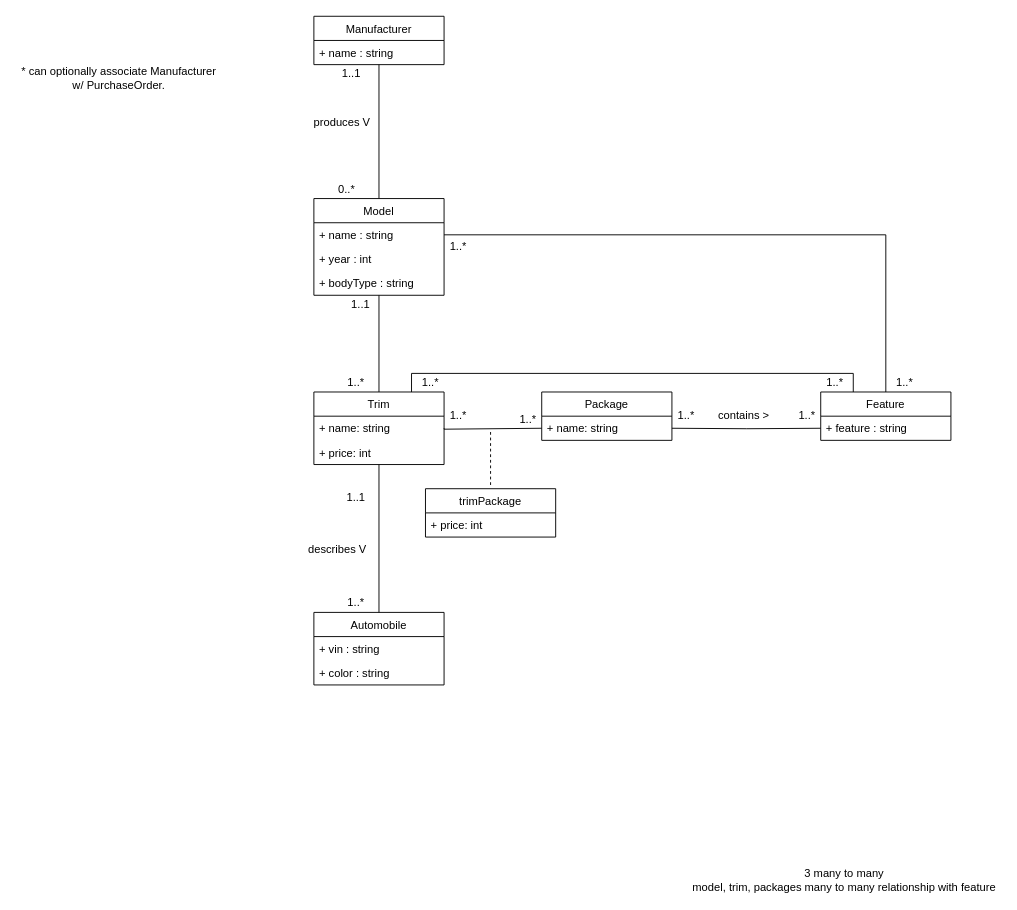
Above: page "UML" (1 of 2) of Project 2.drawio in AnthraciteData/CECS-323- (draw.io), before the change. Source tidied: cells renumbered, new cells numbered last; positions are measured from the earlier drawing's top-left corner, leaving out a move shared by most shapes. Both pictures are drawn from the tidied source at 93%, with x=0, y=0 at pixel (16, 16).
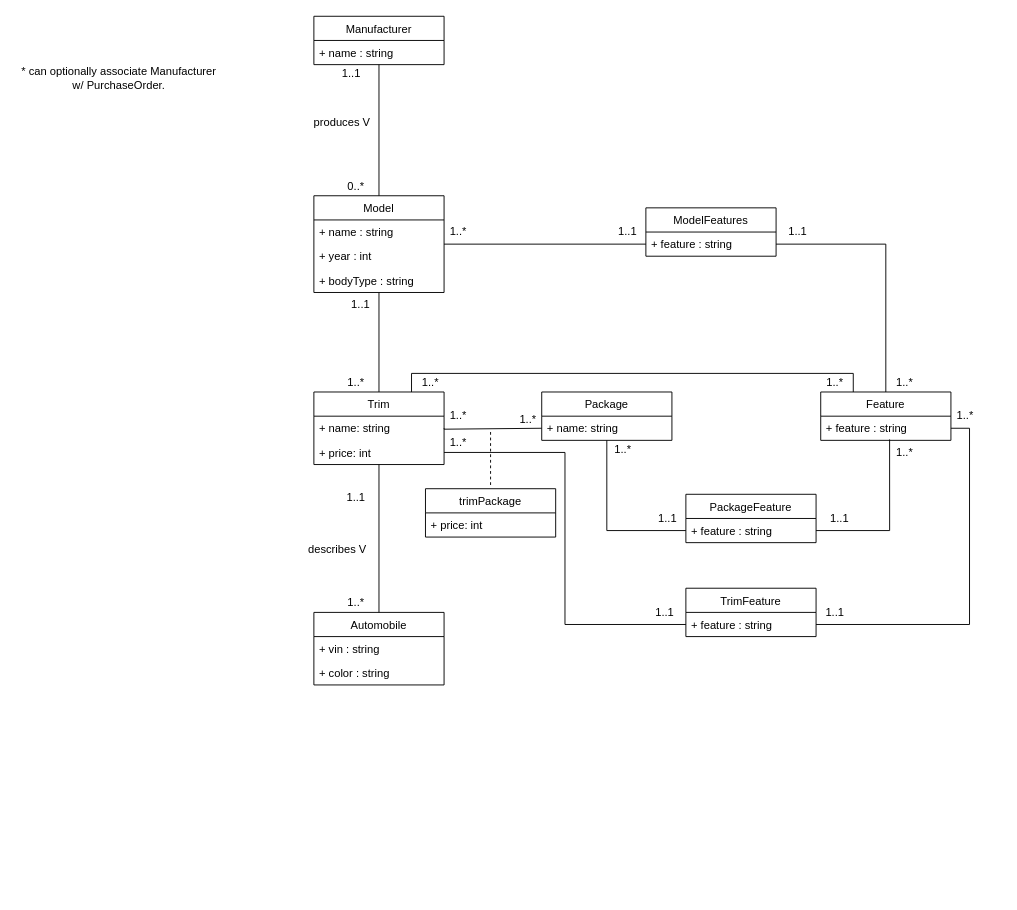
After the change.

The change refers to these unchanged cells:
```xml
<mxCell id="12" value="+ name : string" style="text;strokeColor=none;fillColor=none;align=left;verticalAlign=top;spacingLeft=4;spacingRight=4;overflow=hidden;points=[[0,0.5],[1,0.5]];portConstraint=eastwest;" parent="11" vertex="1">
  <mxGeometry y="26" width="140" height="26" as="geometry" />
</mxCell>
<mxCell id="22" value="+ price: int" style="text;strokeColor=none;fillColor=none;align=left;verticalAlign=top;spacingLeft=4;spacingRight=4;overflow=hidden;points=[[0,0.5],[1,0.5]];portConstraint=eastwest;" parent="20" vertex="1">
  <mxGeometry y="52" width="140" height="26" as="geometry" />
</mxCell>
<mxCell id="23" value="Feature" style="swimlane;fontStyle=0;horizontal=1;startSize=26;fillColor=none;" parent="1" vertex="1">
  <mxGeometry x="865" y="404" width="140" height="52" as="geometry" />
</mxCell>
<mxCell id="24" value="+ feature : string" style="text;strokeColor=none;fillColor=none;align=left;verticalAlign=top;spacingLeft=4;spacingRight=4;overflow=hidden;points=[[0,0.5],[1,0.5]];portConstraint=eastwest;" parent="23" vertex="1">
  <mxGeometry y="26" width="140" height="26" as="geometry" />
</mxCell>
<mxCell id="25" value="Package" style="swimlane;fontStyle=0;horizontal=1;startSize=26;fillColor=none;" parent="1" vertex="1">
  <mxGeometry x="565" y="404" width="140" height="52" as="geometry" />
</mxCell>
```

What changed in the source:
```diff
@@
     <mxCell id="9" value="0..*" style="text;html=1;align=center;verticalAlign=middle;strokeColor=none;fillColor=none;" parent="1" vertex="1">
-      <mxGeometry x="340" y="176" width="30" height="20" as="geometry" />
+      <mxGeometry x="350" y="173" width="30" height="20" as="geometry" />
     </mxCell>
@@
+    <mxCell id="47" style="edgeStyle=orthogonalEdgeStyle;rounded=0;jettySize=auto;html=1;endArrow=none;endFill=0;" parent="1" edge="1" source="11" target="50">
+      <mxGeometry relative="1" as="geometry" />
+    </mxCell>
     <mxCell id="11" value="Model" style="swimlane;fontStyle=0;horizontal=1;startSize=26;fillColor=none;" parent="1" vertex="1">
-      <mxGeometry x="320" y="196" width="140" height="104" as="geometry" />
+      <mxGeometry x="320" y="193" width="140" height="104" as="geometry" />
     </mxCell>
@@
+    <mxCell id="48" style="edgeStyle=orthogonalEdgeStyle;rounded=0;jettySize=auto;html=1;endArrow=none;endFill=0;" parent="1" edge="1" source="25" target="52">
+      <mxGeometry relative="1" as="geometry" />
+    </mxCell>
@@
-    <mxCell id="31" value="1..*" style="text;html=1;align=center;verticalAlign=middle;strokeColor=none;fillColor=none;" parent="1" vertex="1">
-      <mxGeometry x="705" y="420" width="30" height="20" as="geometry" />
-    </mxCell>
-    <mxCell id="32" value="contains &amp;gt;" style="text;html=1;align=center;verticalAlign=middle;strokeColor=none;fillColor=none;" parent="1" vertex="1">
-      <mxGeometry x="747" y="420" width="70" height="20" as="geometry" />
-    </mxCell>
-    <mxCell id="33" value="3 many to many&lt;br&gt;model, trim, packages many to many relationship with feature" style="text;html=1;align=center;verticalAlign=middle;strokeColor=none;fillColor=none;" parent="1" vertex="1">
-      <mxGeometry x="720" y="914" width="340" height="30" as="geometry" />
-    </mxCell>
-    <mxCell id="34" style="edgeStyle=orthogonalEdgeStyle;rounded=0;jettySize=auto;html=1;entryX=0.5;entryY=0;entryDx=0;entryDy=0;endArrow=none;endFill=0;" parent="1" edge="1" source="12" target="23">
-      <mxGeometry relative="1" as="geometry" />
-    </mxCell>
@@
-    <mxCell id="37" value="1..*" style="text;html=1;align=center;verticalAlign=middle;strokeColor=none;fillColor=none;" parent="1" vertex="1">
-      <mxGeometry x="460" y="238" width="30" height="20" as="geometry" />
-    </mxCell>
-    <mxCell id="38" value="1..*" style="text;html=1;align=center;verticalAlign=middle;strokeColor=none;fillColor=none;" parent="1" vertex="1">
-      <mxGeometry x="835" y="420" width="30" height="20" as="geometry" />
-    </mxCell>
@@
-    <mxCell id="42" style="edgeStyle=orthogonalEdgeStyle;rounded=0;jettySize=auto;html=1;exitX=1;exitY=0.5;exitDx=0;exitDy=0;entryX=0;entryY=0.5;entryDx=0;entryDy=0;endArrow=none;endFill=0;" parent="1" edge="1" target="24">
-      <mxGeometry relative="1" as="geometry">
-        <mxPoint x="705" y="443" as="sourcePoint" />
-      </mxGeometry>
-    </mxCell>
@@
+    <mxCell id="49" value="ModelFeatures" style="swimlane;fontStyle=0;horizontal=1;startSize=26;fillColor=none;" parent="1" vertex="1">
+      <mxGeometry x="677" y="206" width="140" height="52" as="geometry" />
+    </mxCell>
+    <mxCell id="50" value="+ feature : string" style="text;strokeColor=none;fillColor=none;align=left;verticalAlign=top;spacingLeft=4;spacingRight=4;overflow=hidden;points=[[0,0.5],[1,0.5]];portConstraint=eastwest;" parent="49" vertex="1">
+      <mxGeometry y="26" width="140" height="26" as="geometry" />
+    </mxCell>
+    <mxCell id="51" value="PackageFeature" style="swimlane;fontStyle=0;horizontal=1;startSize=26;fillColor=none;" parent="1" vertex="1">
+      <mxGeometry x="720" y="514" width="140" height="52" as="geometry" />
+    </mxCell>
+    <mxCell id="52" value="+ feature : string" style="text;strokeColor=none;fillColor=none;align=left;verticalAlign=top;spacingLeft=4;spacingRight=4;overflow=hidden;points=[[0,0.5],[1,0.5]];portConstraint=eastwest;" parent="51" vertex="1">
+      <mxGeometry y="26" width="140" height="26" as="geometry" />
+    </mxCell>
+    <mxCell id="53" style="edgeStyle=orthogonalEdgeStyle;rounded=0;jettySize=auto;html=1;entryX=0.529;entryY=0.962;entryDx=0;entryDy=0;entryPerimeter=0;endArrow=none;endFill=0;" parent="1" edge="1" source="52" target="24">
+      <mxGeometry relative="1" as="geometry" />
+    </mxCell>
+    <mxCell id="54" value="TrimFeature" style="swimlane;fontStyle=0;horizontal=1;startSize=26;fillColor=none;" parent="1" vertex="1">
+      <mxGeometry x="720" y="615" width="140" height="52" as="geometry" />
+    </mxCell>
+    <mxCell id="55" value="+ feature : string" style="text;strokeColor=none;fillColor=none;align=left;verticalAlign=top;spacingLeft=4;spacingRight=4;overflow=hidden;points=[[0,0.5],[1,0.5]];portConstraint=eastwest;" parent="54" vertex="1">
+      <mxGeometry y="26" width="140" height="26" as="geometry" />
+    </mxCell>
+    <mxCell id="56" style="edgeStyle=orthogonalEdgeStyle;rounded=0;jettySize=auto;html=1;endArrow=none;endFill=0;" parent="1" edge="1" source="22" target="55">
+      <mxGeometry relative="1" as="geometry">
+        <Array as="points">
+          <mxPoint x="590" y="469" />
+          <mxPoint x="590" y="654" />
+        </Array>
+      </mxGeometry>
+    </mxCell>
+    <mxCell id="57" style="edgeStyle=orthogonalEdgeStyle;rounded=0;jettySize=auto;html=1;entryX=1;entryY=0.5;entryDx=0;entryDy=0;endArrow=none;endFill=0;" parent="1" edge="1" source="55" target="24">
+      <mxGeometry relative="1" as="geometry" />
+    </mxCell>
+    <mxCell id="58" style="edgeStyle=orthogonalEdgeStyle;rounded=0;jettySize=auto;html=1;entryX=0.5;entryY=0;entryDx=0;entryDy=0;endArrow=none;endFill=0;" parent="1" edge="1" source="50" target="23">
+      <mxGeometry relative="1" as="geometry" />
+    </mxCell>
+    <mxCell id="59" value="1..*" style="text;html=1;align=center;verticalAlign=middle;strokeColor=none;fillColor=none;" parent="1" vertex="1">
+      <mxGeometry x="460" y="222" width="30" height="20" as="geometry" />
+    </mxCell>
+    <mxCell id="60" value="1..1" style="text;html=1;align=center;verticalAlign=middle;strokeColor=none;fillColor=none;" parent="1" vertex="1">
+      <mxGeometry x="637" y="222" width="40" height="20" as="geometry" />
+    </mxCell>
+    <mxCell id="61" value="1..1" style="text;html=1;align=center;verticalAlign=middle;strokeColor=none;fillColor=none;" parent="1" vertex="1">
+      <mxGeometry x="820" y="222" width="40" height="20" as="geometry" />
+    </mxCell>
+    <mxCell id="62" value="1..*" style="text;html=1;align=center;verticalAlign=middle;strokeColor=none;fillColor=none;" parent="1" vertex="1">
+      <mxGeometry x="940" y="459" width="30" height="20" as="geometry" />
+    </mxCell>
+    <mxCell id="63" value="1..*" style="text;html=1;align=center;verticalAlign=middle;strokeColor=none;fillColor=none;" parent="1" vertex="1">
+      <mxGeometry x="637" y="456" width="30" height="20" as="geometry" />
+    </mxCell>
+    <mxCell id="64" value="1..*" style="text;html=1;align=center;verticalAlign=middle;strokeColor=none;fillColor=none;" parent="1" vertex="1">
+      <mxGeometry x="460" y="449" width="30" height="20" as="geometry" />
+    </mxCell>
+    <mxCell id="65" value="1..*" style="text;html=1;align=center;verticalAlign=middle;strokeColor=none;fillColor=none;" parent="1" vertex="1">
+      <mxGeometry x="1005" y="420" width="30" height="20" as="geometry" />
+    </mxCell>
+    <mxCell id="66" value="1..1" style="text;html=1;align=center;verticalAlign=middle;strokeColor=none;fillColor=none;" parent="1" vertex="1">
+      <mxGeometry x="680" y="530" width="40" height="20" as="geometry" />
+    </mxCell>
+    <mxCell id="67" value="1..1" style="text;html=1;align=center;verticalAlign=middle;strokeColor=none;fillColor=none;" parent="1" vertex="1">
+      <mxGeometry x="865" y="530" width="40" height="20" as="geometry" />
+    </mxCell>
+    <mxCell id="68" value="1..1" style="text;html=1;align=center;verticalAlign=middle;strokeColor=none;fillColor=none;" parent="1" vertex="1">
+      <mxGeometry x="677" y="631" width="40" height="20" as="geometry" />
+    </mxCell>
+    <mxCell id="69" value="1..1" style="text;html=1;align=center;verticalAlign=middle;strokeColor=none;fillColor=none;" parent="1" vertex="1">
+      <mxGeometry x="860" y="631" width="40" height="20" as="geometry" />
+    </mxCell>
```
